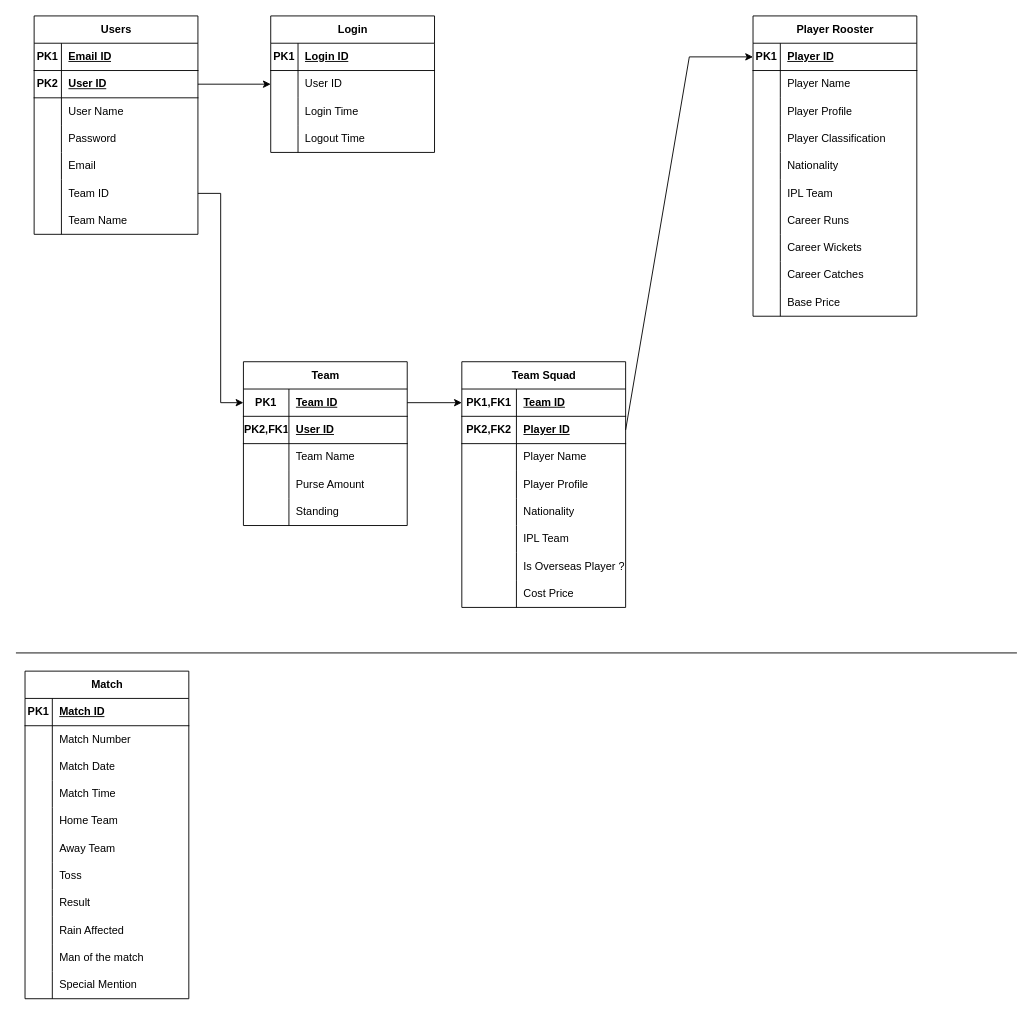
The draw.io diagram ER Draft1.drawio in baaskt/cric-fantasy-db, before the edit. Source tidied: cells renumbered, new cells numbered last; positions are measured from the earlier drawing's top-left corner, leaving out a move shared by most shapes. Both pictures are drawn from the tidied source at 91%, with x=0, y=0 at pixel (15, 15).
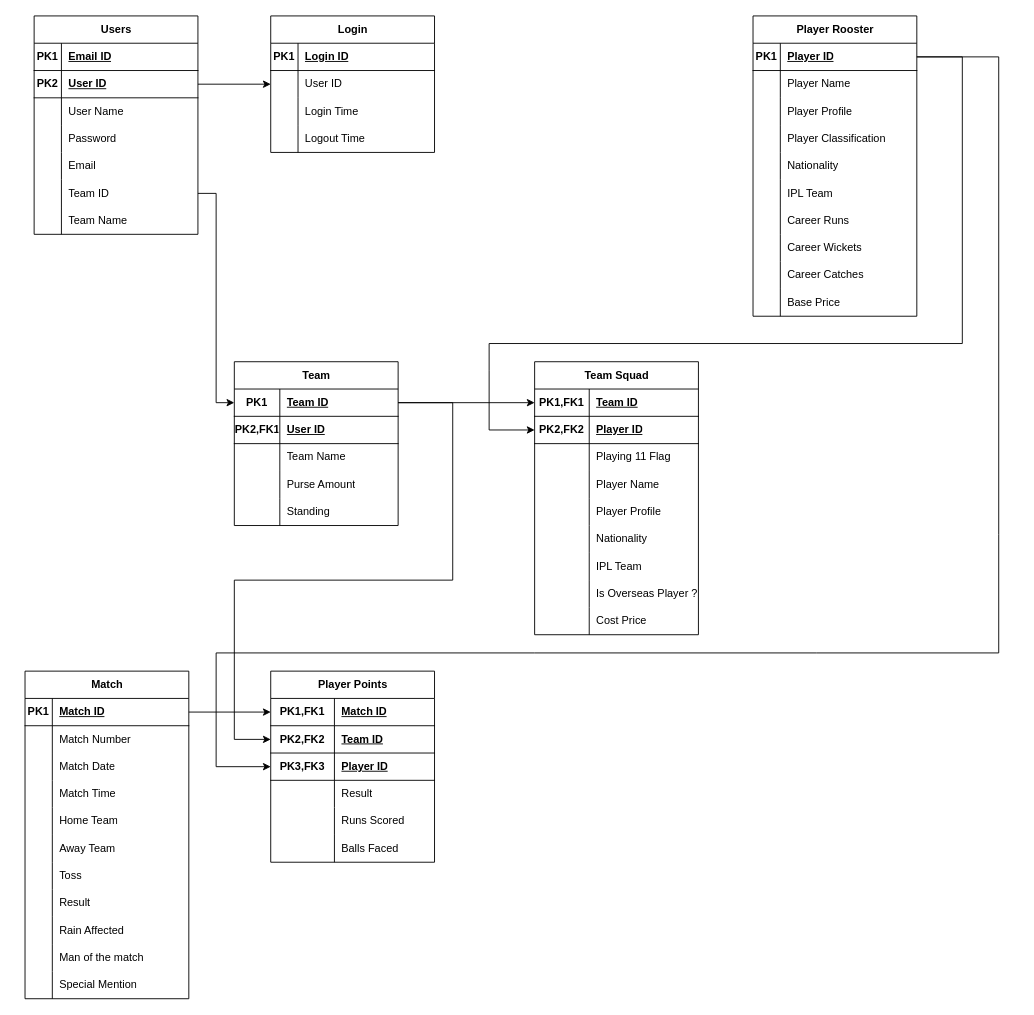
The same page after the edit.

Unchanged cells that the change refers to:
```xml
<mxCell id="27" style="shape=tableRow;horizontal=0;startSize=0;swimlaneHead=0;swimlaneBody=0;fillColor=none;points=[[0,0.5],[1,0.5]];portConstraint=eastwest;top=0;left=0;right=0;bottom=1;" parent="26" vertex="1">
  <mxGeometry y="30" width="180" height="30" as="geometry" />
</mxCell>
<mxCell id="48" style="shape=tableRow;horizontal=0;startSize=0;swimlaneHead=0;swimlaneBody=0;fillColor=none;points=[[0,0.5],[1,0.5]];portConstraint=eastwest;top=0;left=0;right=0;bottom=1;" parent="44" vertex="1">
  <mxGeometry y="60" width="180" height="30" as="geometry" />
</mxCell>
<mxCell id="70" style="shape=tableRow;horizontal=0;startSize=0;swimlaneHead=0;swimlaneBody=0;fillColor=none;points=[[0,0.5],[1,0.5]];portConstraint=eastwest;top=0;left=0;right=0;bottom=1;" parent="69" vertex="1">
  <mxGeometry y="30" width="180" height="30" as="geometry" />
</mxCell>
<mxCell id="116" style="shape=tableRow;horizontal=0;startSize=0;swimlaneHead=0;swimlaneBody=0;fillColor=none;points=[[0,0.5],[1,0.5]];portConstraint=eastwest;top=0;left=0;right=0;bottom=1;" parent="115" vertex="1">
  <mxGeometry y="30" width="180" height="30" as="geometry" />
</mxCell>
```

Diff of the diagram source:
```diff
@@
     <mxCell id="26" value="Team" style="shape=table;startSize=30;childLayout=tableLayout;rowLines=0;fontStyle=1;align=center;html=1;" parent="1" vertex="1">
-      <mxGeometry x="250" y="380" width="180" height="180" as="geometry" />
+      <mxGeometry x="240" y="380" width="180" height="180" as="geometry" />
     </mxCell>
@@
     <mxCell id="44" value="Team Squad" style="shape=table;startSize=30;childLayout=tableLayout;rowLines=0;fontStyle=1;align=center;html=1;" parent="1" vertex="1">
-      <mxGeometry x="490" y="380" width="180" height="270" as="geometry" />
+      <mxGeometry x="570" y="380" width="180" height="300" as="geometry" />
     </mxCell>
@@
+    <mxCell id="150" style="shape=tableRow;horizontal=0;startSize=0;swimlaneHead=0;swimlaneBody=0;fillColor=none;top=0;left=0;right=0;bottom=0;" parent="44" vertex="1">
+      <mxGeometry y="90" width="180" height="30" as="geometry" />
+    </mxCell>
+    <mxCell id="151" style="shape=partialRectangle;fillColor=none;top=0;left=0;bottom=0;right=0;overflow=hidden;whiteSpace=wrap;html=1;" parent="150" vertex="1">
+      <mxGeometry width="60" height="30" as="geometry" />
+    </mxCell>
+    <mxCell id="152" value="Playing 11 Flag" style="shape=partialRectangle;fillColor=none;top=0;left=0;bottom=0;right=0;align=left;spacingLeft=6;overflow=hidden;whiteSpace=wrap;html=1;" parent="150" vertex="1">
+      <mxGeometry x="60" width="120" height="30" as="geometry" />
+    </mxCell>
     <mxCell id="51" style="shape=tableRow;horizontal=0;startSize=0;swimlaneHead=0;swimlaneBody=0;fillColor=none;top=0;left=0;right=0;bottom=0;" parent="44" vertex="1">
-      <mxGeometry y="90" width="180" height="30" as="geometry" />
+      <mxGeometry y="120" width="180" height="30" as="geometry" />
     </mxCell>
@@
     <mxCell id="54" style="shape=tableRow;horizontal=0;startSize=0;swimlaneHead=0;swimlaneBody=0;fillColor=none;top=0;left=0;right=0;bottom=0;" parent="44" vertex="1">
-      <mxGeometry y="120" width="180" height="30" as="geometry" />
+      <mxGeometry y="150" width="180" height="30" as="geometry" />
     </mxCell>
@@
     <mxCell id="57" style="shape=tableRow;horizontal=0;startSize=0;swimlaneHead=0;swimlaneBody=0;fillColor=none;top=0;left=0;right=0;bottom=0;" parent="44" vertex="1">
-      <mxGeometry y="150" width="180" height="30" as="geometry" />
+      <mxGeometry y="180" width="180" height="30" as="geometry" />
     </mxCell>
@@
     <mxCell id="60" style="shape=tableRow;horizontal=0;startSize=0;swimlaneHead=0;swimlaneBody=0;fillColor=none;top=0;left=0;right=0;bottom=0;" parent="44" vertex="1">
-      <mxGeometry y="180" width="180" height="30" as="geometry" />
+      <mxGeometry y="210" width="180" height="30" as="geometry" />
     </mxCell>
@@
     <mxCell id="63" style="shape=tableRow;horizontal=0;startSize=0;swimlaneHead=0;swimlaneBody=0;fillColor=none;top=0;left=0;right=0;bottom=0;" parent="44" vertex="1">
-      <mxGeometry y="210" width="180" height="30" as="geometry" />
+      <mxGeometry y="240" width="180" height="30" as="geometry" />
     </mxCell>
@@
     <mxCell id="66" style="shape=tableRow;horizontal=0;startSize=0;swimlaneHead=0;swimlaneBody=0;fillColor=none;top=0;left=0;right=0;bottom=0;" parent="44" vertex="1">
-      <mxGeometry y="240" width="180" height="30" as="geometry" />
+      <mxGeometry y="270" width="180" height="30" as="geometry" />
     </mxCell>
@@
-    <mxCell id="100" style="endArrow=classic;html=1;rounded=0;exitX=1;exitY=0.5;exitDx=0;exitDy=0;entryX=0;entryY=0.5;entryDx=0;entryDy=0;" parent="1" edge="1" source="48" target="70">
-      <mxGeometry relative="1" as="geometry">
-        <Array as="points">
-          <mxPoint x="740" y="45" />
-        </Array>
-      </mxGeometry>
-    </mxCell>
@@
-    <mxCell id="149" style="endArrow=none;html=1;rounded=0;" parent="1" edge="1">
-      <mxGeometry relative="1" as="geometry">
-        <mxPoint y="700" as="sourcePoint" />
-        <mxPoint x="1100" y="700" as="targetPoint" />
-      </mxGeometry>
-    </mxCell>
+    <mxCell id="153" value="Player Points" style="shape=table;startSize=30;childLayout=tableLayout;rowLines=0;fontStyle=1;align=center;html=1;" parent="1" vertex="1">
+      <mxGeometry x="280" y="720" width="180" height="210" as="geometry" />
+    </mxCell>
+    <mxCell id="154" style="shape=tableRow;horizontal=0;startSize=0;swimlaneHead=0;swimlaneBody=0;fillColor=none;points=[[0,0.5],[1,0.5]];portConstraint=eastwest;top=0;left=0;right=0;bottom=1;" parent="153" vertex="1">
+      <mxGeometry y="30" width="180" height="30" as="geometry" />
+    </mxCell>
+    <mxCell id="155" value="PK1,FK1" style="shape=partialRectangle;fillColor=none;top=0;left=0;bottom=0;right=0;fontStyle=1;overflow=hidden;whiteSpace=wrap;html=1;" parent="154" vertex="1">
+      <mxGeometry width="70" height="30" as="geometry" />
+    </mxCell>
+    <mxCell id="156" value="Match ID" style="shape=partialRectangle;fillColor=none;top=0;left=0;bottom=0;right=0;align=left;spacingLeft=6;fontStyle=5;overflow=hidden;whiteSpace=wrap;html=1;" parent="154" vertex="1">
+      <mxGeometry x="70" width="110" height="30" as="geometry" />
+    </mxCell>
+    <mxCell id="157" style="shape=tableRow;horizontal=0;startSize=0;swimlaneHead=0;swimlaneBody=0;fillColor=none;points=[[0,0.5],[1,0.5]];portConstraint=eastwest;top=0;left=0;right=0;bottom=1;" parent="153" vertex="1">
+      <mxGeometry y="60" width="180" height="30" as="geometry" />
+    </mxCell>
+    <mxCell id="158" value="PK2,FK2" style="shape=partialRectangle;fillColor=none;top=0;left=0;bottom=0;right=0;fontStyle=1;overflow=hidden;whiteSpace=wrap;html=1;" parent="157" vertex="1">
+      <mxGeometry width="70" height="30" as="geometry" />
+    </mxCell>
+    <mxCell id="159" value="Team ID" style="shape=partialRectangle;fillColor=none;top=0;left=0;bottom=0;right=0;align=left;spacingLeft=6;fontStyle=5;overflow=hidden;whiteSpace=wrap;html=1;" parent="157" vertex="1">
+      <mxGeometry x="70" width="110" height="30" as="geometry" />
+    </mxCell>
+    <mxCell id="160" style="shape=tableRow;horizontal=0;startSize=0;swimlaneHead=0;swimlaneBody=0;fillColor=none;points=[[0,0.5],[1,0.5]];portConstraint=eastwest;top=0;left=0;right=0;bottom=1;" parent="153" vertex="1">
+      <mxGeometry y="90" width="180" height="30" as="geometry" />
+    </mxCell>
+    <mxCell id="161" value="PK3,FK3" style="shape=partialRectangle;fillColor=none;top=0;left=0;bottom=0;right=0;fontStyle=1;overflow=hidden;whiteSpace=wrap;html=1;" parent="160" vertex="1">
+      <mxGeometry width="70" height="30" as="geometry" />
+    </mxCell>
+    <mxCell id="162" value="Player ID" style="shape=partialRectangle;fillColor=none;top=0;left=0;bottom=0;right=0;align=left;spacingLeft=6;fontStyle=5;overflow=hidden;whiteSpace=wrap;html=1;" parent="160" vertex="1">
+      <mxGeometry x="70" width="110" height="30" as="geometry" />
+    </mxCell>
+    <mxCell id="163" style="shape=tableRow;horizontal=0;startSize=0;swimlaneHead=0;swimlaneBody=0;fillColor=none;top=0;left=0;right=0;bottom=0;" parent="153" vertex="1">
+      <mxGeometry y="120" width="180" height="30" as="geometry" />
+    </mxCell>
+    <mxCell id="164" style="shape=partialRectangle;fillColor=none;top=0;left=0;bottom=0;right=0;overflow=hidden;whiteSpace=wrap;html=1;" parent="163" vertex="1">
+      <mxGeometry width="70" height="30" as="geometry" />
+    </mxCell>
+    <mxCell id="165" value="Result" style="shape=partialRectangle;fillColor=none;top=0;left=0;bottom=0;right=0;align=left;spacingLeft=6;overflow=hidden;whiteSpace=wrap;html=1;" parent="163" vertex="1">
+      <mxGeometry x="70" width="110" height="30" as="geometry" />
+    </mxCell>
+    <mxCell id="166" style="shape=tableRow;horizontal=0;startSize=0;swimlaneHead=0;swimlaneBody=0;fillColor=none;top=0;left=0;right=0;bottom=0;" parent="153" vertex="1">
+      <mxGeometry y="150" width="180" height="30" as="geometry" />
+    </mxCell>
+    <mxCell id="167" style="shape=partialRectangle;fillColor=none;top=0;left=0;bottom=0;right=0;overflow=hidden;whiteSpace=wrap;html=1;" parent="166" vertex="1">
+      <mxGeometry width="70" height="30" as="geometry" />
+    </mxCell>
+    <mxCell id="168" value="Runs Scored" style="shape=partialRectangle;fillColor=none;top=0;left=0;bottom=0;right=0;align=left;spacingLeft=6;overflow=hidden;whiteSpace=wrap;html=1;" parent="166" vertex="1">
+      <mxGeometry x="70" width="110" height="30" as="geometry" />
+    </mxCell>
+    <mxCell id="169" style="shape=tableRow;horizontal=0;startSize=0;swimlaneHead=0;swimlaneBody=0;fillColor=none;top=0;left=0;right=0;bottom=0;" parent="153" vertex="1">
+      <mxGeometry y="180" width="180" height="30" as="geometry" />
+    </mxCell>
+    <mxCell id="170" style="shape=partialRectangle;fillColor=none;top=0;left=0;bottom=0;right=0;overflow=hidden;whiteSpace=wrap;html=1;" parent="169" vertex="1">
+      <mxGeometry width="70" height="30" as="geometry" />
+    </mxCell>
+    <mxCell id="171" value="Balls Faced" style="shape=partialRectangle;fillColor=none;top=0;left=0;bottom=0;right=0;align=left;spacingLeft=6;overflow=hidden;whiteSpace=wrap;html=1;" parent="169" vertex="1">
+      <mxGeometry x="70" width="110" height="30" as="geometry" />
+    </mxCell>
+    <mxCell id="172" style="endArrow=classic;html=1;rounded=0;exitX=1;exitY=0.5;exitDx=0;exitDy=0;entryX=0;entryY=0.5;entryDx=0;entryDy=0;" parent="1" edge="1" source="116" target="154">
+      <mxGeometry relative="1" as="geometry" />
+    </mxCell>
+    <mxCell id="173" style="endArrow=classic;html=1;rounded=0;exitX=1;exitY=0.5;exitDx=0;exitDy=0;entryX=0;entryY=0.5;entryDx=0;entryDy=0;" parent="1" edge="1" source="27" target="157">
+      <mxGeometry relative="1" as="geometry">
+        <Array as="points">
+          <mxPoint x="480" y="425" />
+          <mxPoint x="480" y="620" />
+          <mxPoint x="240" y="620" />
+          <mxPoint x="240" y="795" />
+        </Array>
+      </mxGeometry>
+    </mxCell>
+    <mxCell id="100" style="endArrow=classic;html=1;rounded=0;exitX=1;exitY=0.5;exitDx=0;exitDy=0;entryX=0;entryY=0.5;entryDx=0;entryDy=0;" parent="1" edge="1" source="70" target="48">
+      <mxGeometry relative="1" as="geometry">
+        <Array as="points">
+          <mxPoint x="1040" y="45" />
+          <mxPoint x="1040" y="360" />
+          <mxPoint x="520" y="360" />
+          <mxPoint x="520" y="390" />
+          <mxPoint x="520" y="455" />
+        </Array>
+      </mxGeometry>
+    </mxCell>
+    <mxCell id="174" style="endArrow=classic;html=1;rounded=0;entryX=0;entryY=0.5;entryDx=0;entryDy=0;exitX=1;exitY=0.5;exitDx=0;exitDy=0;" parent="1" edge="1" source="70" target="160">
+      <mxGeometry relative="1" as="geometry">
+        <Array as="points">
+          <mxPoint x="1080" y="45" />
+          <mxPoint x="1080" y="570" />
+          <mxPoint x="1080" y="700" />
+          <mxPoint x="880" y="700" />
+          <mxPoint x="570" y="700" />
+          <mxPoint x="220" y="700" />
+          <mxPoint x="220" y="825" />
+        </Array>
+      </mxGeometry>
+    </mxCell>
```
